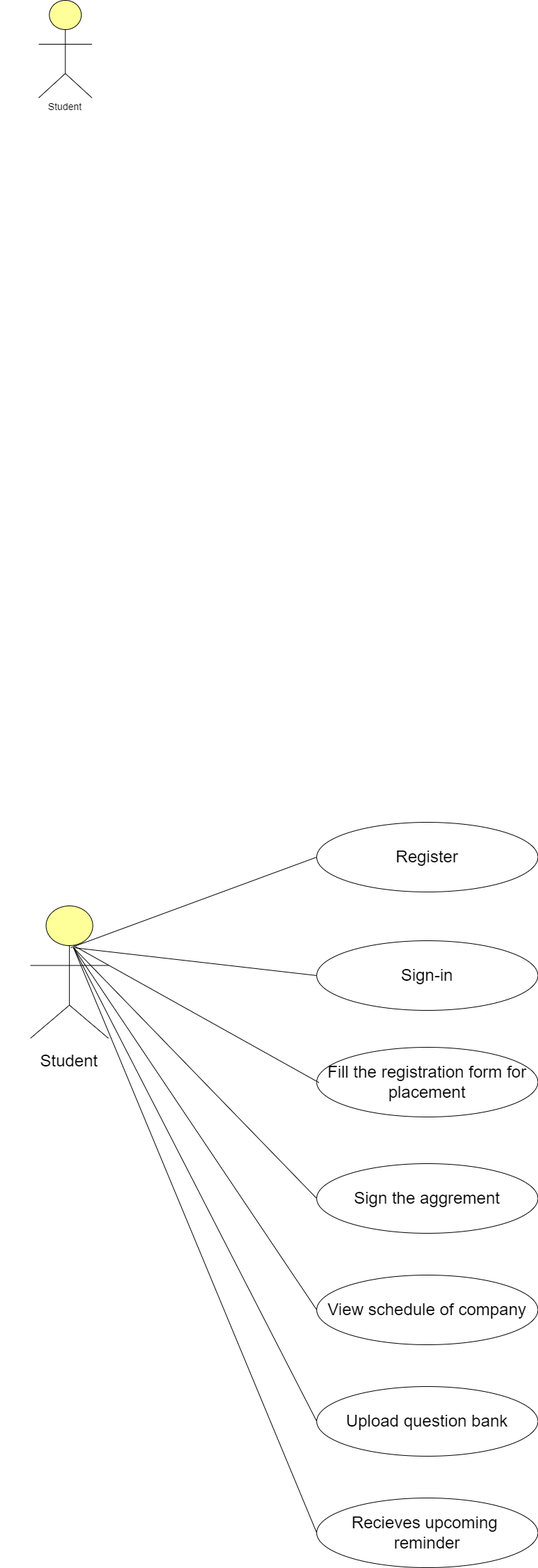
Above: Use case diagram/student Diagram.drawio.png in NSMakwana/Placement-Assistant (draw.io), before the change. Source tidied: cells renumbered, new cells last; positions are measured from the earlier drawing's top-left corner, leaving out a move shared by most shapes. Source of this version:
```xml
<mxGraphModel background="#FFFFFF">
  <root>
    <mxCell id="0" />
    <mxCell id="1" parent="0" />
    <mxCell id="2" style="html=1;whiteSpace=wrap;fillColor=#ffff99;verticalLabelPosition=bottom;verticalAlign=top;align=center;shape=mxgraph.archimate3.actor;" parent="1" vertex="1">
      <mxGeometry x="55" width="76.5" height="140" as="geometry" />
    </mxCell>
    <mxCell id="3" value="&lt;div&gt;&lt;br&gt;&lt;/div&gt;&lt;div id=&quot;SDCloudData&quot; style=&quot;display:none&quot;&gt;&lt;/div&gt;" style="text;whiteSpace=wrap;html=1;" parent="1" vertex="1">
      <mxGeometry x="597.7" y="1260" width="30" height="40" as="geometry" />
    </mxCell>
    <mxCell id="4" value="&lt;div&gt;&lt;br&gt;&lt;/div&gt;&lt;div id=&quot;SDCloudData&quot; style=&quot;display:none&quot;&gt;&lt;/div&gt;" style="text;whiteSpace=wrap;html=1;" parent="1" vertex="1">
      <mxGeometry x="597.7" y="1340" width="30" height="40" as="geometry" />
    </mxCell>
    <mxCell id="5" style="edgeStyle=orthogonalEdgeStyle;rounded=0;orthogonalLoop=1;jettySize=auto;html=1;" parent="1" edge="1">
      <mxGeometry relative="1" as="geometry">
        <mxPoint x="607.7" y="1410" as="sourcePoint" />
        <mxPoint x="607.7" y="1410" as="targetPoint" />
      </mxGeometry>
    </mxCell>
    <mxCell id="6" value="&lt;font style=&quot;font-size: 14px;&quot;&gt;&amp;nbsp; &amp;nbsp; &amp;nbsp; &amp;nbsp; &amp;nbsp;Student&lt;/font&gt;" style="text;html=1;align=center;verticalAlign=middle;strokeColor=none;fillColor=none;" parent="1" vertex="1">
      <mxGeometry x="20" y="138" width="110" height="30" as="geometry" />
    </mxCell>
    <mxCell id="7" style="html=1;outlineConnect=0;whiteSpace=wrap;fillColor=#ffff99;verticalLabelPosition=bottom;verticalAlign=top;align=center;shape=mxgraph.archimate3.actor;" parent="1" vertex="1">
      <mxGeometry x="43.2" y="1300" width="111.8" height="190" as="geometry" />
    </mxCell>
    <mxCell id="8" value="&lt;font style=&quot;font-size: 24px;&quot;&gt;Register&lt;/font&gt;" style="ellipse;whiteSpace=wrap;html=1;" parent="1" vertex="1">
      <mxGeometry x="454" y="1180" width="317.3" height="100" as="geometry" />
    </mxCell>
    <mxCell id="9" value="&lt;font style=&quot;font-size: 24px;&quot;&gt;Sign-in&lt;/font&gt;" style="ellipse;whiteSpace=wrap;html=1;" parent="1" vertex="1">
      <mxGeometry x="454" y="1350" width="317.3" height="100" as="geometry" />
    </mxCell>
    <mxCell id="10" value="&lt;font style=&quot;font-size: 24px;&quot;&gt;Fill the registration form for placement&lt;/font&gt;" style="ellipse;whiteSpace=wrap;html=1;" parent="1" vertex="1">
      <mxGeometry x="454" y="1503" width="317.3" height="100" as="geometry" />
    </mxCell>
    <mxCell id="11" value="&lt;font style=&quot;font-size: 24px;&quot;&gt;Sign the aggrement&lt;/font&gt;" style="ellipse;whiteSpace=wrap;html=1;" parent="1" vertex="1">
      <mxGeometry x="454" y="1670" width="317.3" height="100" as="geometry" />
    </mxCell>
    <mxCell id="12" value="&lt;font style=&quot;font-size: 24px;&quot;&gt;View schedule of company&lt;/font&gt;" style="ellipse;whiteSpace=wrap;html=1;" parent="1" vertex="1">
      <mxGeometry x="454" y="1830" width="317.3" height="100" as="geometry" />
    </mxCell>
    <mxCell id="13" value="&lt;span style=&quot;font-size: 24px;&quot;&gt;Upload question bank&lt;/span&gt;" style="ellipse;whiteSpace=wrap;html=1;" parent="1" vertex="1">
      <mxGeometry x="454" y="1990" width="317.3" height="100" as="geometry" />
    </mxCell>
    <mxCell id="14" value="&lt;span style=&quot;font-size: 24px;&quot;&gt;Recieves upcoming&amp;nbsp;&lt;/span&gt;&lt;div&gt;&lt;span style=&quot;font-size: 24px;&quot;&gt;reminder&lt;/span&gt;&lt;/div&gt;" style="ellipse;whiteSpace=wrap;html=1;" parent="1" vertex="1">
      <mxGeometry x="454" y="2150" width="317.3" height="100" as="geometry" />
    </mxCell>
    <mxCell id="15" style="endArrow=none;html=1;rounded=0;entryX=0;entryY=0.5;entryDx=0;entryDy=0;" parent="1" edge="1" target="8">
      <mxGeometry relative="1" as="geometry">
        <mxPoint x="101" y="1360" as="sourcePoint" />
      </mxGeometry>
    </mxCell>
    <mxCell id="16" style="endArrow=none;html=1;rounded=0;entryX=0.228;entryY=0.351;entryDx=0;entryDy=0;entryPerimeter=0;" parent="1" edge="1">
      <mxGeometry relative="1" as="geometry">
        <mxPoint x="105" y="1357" as="sourcePoint" />
        <mxPoint x="457.2" y="1553.7" as="targetPoint" />
      </mxGeometry>
    </mxCell>
    <mxCell id="17" style="endArrow=none;html=1;rounded=0;entryX=0;entryY=0.5;entryDx=0;entryDy=0;" parent="1" edge="1" target="9">
      <mxGeometry relative="1" as="geometry">
        <mxPoint x="105" y="1360" as="sourcePoint" />
      </mxGeometry>
    </mxCell>
    <mxCell id="18" style="endArrow=none;html=1;rounded=0;exitX=0;exitY=0.5;exitDx=0;exitDy=0;" parent="1" edge="1" source="11">
      <mxGeometry relative="1" as="geometry">
        <mxPoint x="105" y="1360" as="targetPoint" />
      </mxGeometry>
    </mxCell>
    <mxCell id="19" style="endArrow=none;html=1;rounded=0;entryX=0;entryY=0.5;entryDx=0;entryDy=0;exitX=0.553;exitY=0.316;exitDx=0;exitDy=0;exitPerimeter=0;" parent="1" edge="1" source="7" target="12">
      <mxGeometry relative="1" as="geometry" />
    </mxCell>
    <mxCell id="20" style="endArrow=none;html=1;rounded=0;entryX=0;entryY=0.5;entryDx=0;entryDy=0;" parent="1" edge="1" target="13">
      <mxGeometry relative="1" as="geometry">
        <mxPoint x="105" y="1360" as="sourcePoint" />
      </mxGeometry>
    </mxCell>
    <mxCell id="21" style="endArrow=none;html=1;rounded=0;entryX=0;entryY=0.5;entryDx=0;entryDy=0;" parent="1" edge="1" target="14">
      <mxGeometry relative="1" as="geometry">
        <mxPoint x="105" y="1360" as="sourcePoint" />
      </mxGeometry>
    </mxCell>
    <mxCell id="22" value="&lt;font style=&quot;font-size: 24px;&quot;&gt;&amp;nbsp; &amp;nbsp; &amp;nbsp; &amp;nbsp;Student&lt;/font&gt;" style="text;html=1;align=center;verticalAlign=middle;strokeColor=none;fillColor=none;" parent="1" vertex="1">
      <mxGeometry y="1503" width="150" height="40" as="geometry" />
    </mxCell>
  </root>
</mxGraphModel>
```
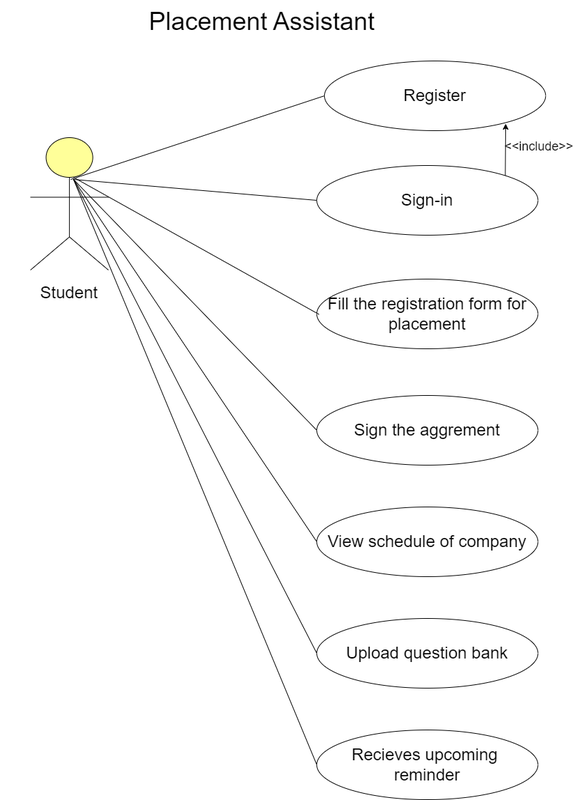
Above is the later version.

Commit message:
Use case diagram

Use-case

Diff of the diagram source:
```diff
@@ -2,9 +2,6 @@
   <root>
     <mxCell id="0" />
     <mxCell id="1" parent="0" />
-    <mxCell id="2" style="html=1;whiteSpace=wrap;fillColor=#ffff99;verticalLabelPosition=bottom;verticalAlign=top;align=center;shape=mxgraph.archimate3.actor;" parent="1" vertex="1">
-      <mxGeometry x="55" width="76.5" height="140" as="geometry" />
-    </mxCell>
     <mxCell id="3" value="&lt;div&gt;&lt;br&gt;&lt;/div&gt;&lt;div id=&quot;SDCloudData&quot; style=&quot;display:none&quot;&gt;&lt;/div&gt;" style="text;whiteSpace=wrap;html=1;" parent="1" vertex="1">
       <mxGeometry x="597.7" y="1260" width="30" height="40" as="geometry" />
     </mxCell>
@@ -17,17 +14,14 @@
         <mxPoint x="607.7" y="1410" as="targetPoint" />
       </mxGeometry>
     </mxCell>
-    <mxCell id="6" value="&lt;font style=&quot;font-size: 14px;&quot;&gt;&amp;nbsp; &amp;nbsp; &amp;nbsp; &amp;nbsp; &amp;nbsp;Student&lt;/font&gt;" style="text;html=1;align=center;verticalAlign=middle;strokeColor=none;fillColor=none;" parent="1" vertex="1">
-      <mxGeometry x="20" y="138" width="110" height="30" as="geometry" />
-    </mxCell>
     <mxCell id="7" style="html=1;outlineConnect=0;whiteSpace=wrap;fillColor=#ffff99;verticalLabelPosition=bottom;verticalAlign=top;align=center;shape=mxgraph.archimate3.actor;" parent="1" vertex="1">
       <mxGeometry x="43.2" y="1300" width="111.8" height="190" as="geometry" />
     </mxCell>
     <mxCell id="8" value="&lt;font style=&quot;font-size: 24px;&quot;&gt;Register&lt;/font&gt;" style="ellipse;whiteSpace=wrap;html=1;" parent="1" vertex="1">
-      <mxGeometry x="454" y="1180" width="317.3" height="100" as="geometry" />
+      <mxGeometry x="465" y="1190" width="317.3" height="100" as="geometry" />
     </mxCell>
     <mxCell id="9" value="&lt;font style=&quot;font-size: 24px;&quot;&gt;Sign-in&lt;/font&gt;" style="ellipse;whiteSpace=wrap;html=1;" parent="1" vertex="1">
-      <mxGeometry x="454" y="1350" width="317.3" height="100" as="geometry" />
+      <mxGeometry x="454" y="1340" width="317.3" height="100" as="geometry" />
     </mxCell>
     <mxCell id="10" value="&lt;font style=&quot;font-size: 24px;&quot;&gt;Fill the registration form for placement&lt;/font&gt;" style="ellipse;whiteSpace=wrap;html=1;" parent="1" vertex="1">
       <mxGeometry x="454" y="1503" width="317.3" height="100" as="geometry" />
@@ -81,5 +75,16 @@
     <mxCell id="22" value="&lt;font style=&quot;font-size: 24px;&quot;&gt;&amp;nbsp; &amp;nbsp; &amp;nbsp; &amp;nbsp;Student&lt;/font&gt;" style="text;html=1;align=center;verticalAlign=middle;strokeColor=none;fillColor=none;" parent="1" vertex="1">
       <mxGeometry y="1503" width="150" height="40" as="geometry" />
     </mxCell>
+    <mxCell id="23" style="endArrow=classic;html=1;rounded=0;exitX=1;exitY=0;exitDx=0;exitDy=0;" parent="1" edge="1" source="9">
+      <mxGeometry relative="1" as="geometry">
+        <mxPoint x="725" y="1280" as="targetPoint" />
+      </mxGeometry>
+    </mxCell>
+    <mxCell id="24" value="&lt;font style=&quot;font-size: 14px;&quot;&gt;&amp;nbsp; &amp;nbsp; &amp;nbsp; &amp;nbsp; &amp;nbsp;&lt;/font&gt;&lt;font style=&quot;font-size: 18px;&quot;&gt;&amp;lt;&amp;lt;include&amp;gt;&amp;gt;&lt;/font&gt;" style="text;html=1;align=center;verticalAlign=middle;strokeColor=none;fillColor=none;" parent="1" vertex="1">
+      <mxGeometry x="675" y="1293" width="160" height="40" as="geometry" />
+    </mxCell>
+    <mxCell id="25" value="&lt;font style=&quot;font-size: 36px;&quot;&gt;Placement Assistant&lt;/font&gt;" style="text;html=1;align=center;verticalAlign=middle;strokeColor=none;fillColor=none;" parent="1" vertex="1">
+      <mxGeometry x="200" y="1103" width="350" height="60" as="geometry" />
+    </mxCell>
   </root>
 </mxGraphModel>
```
